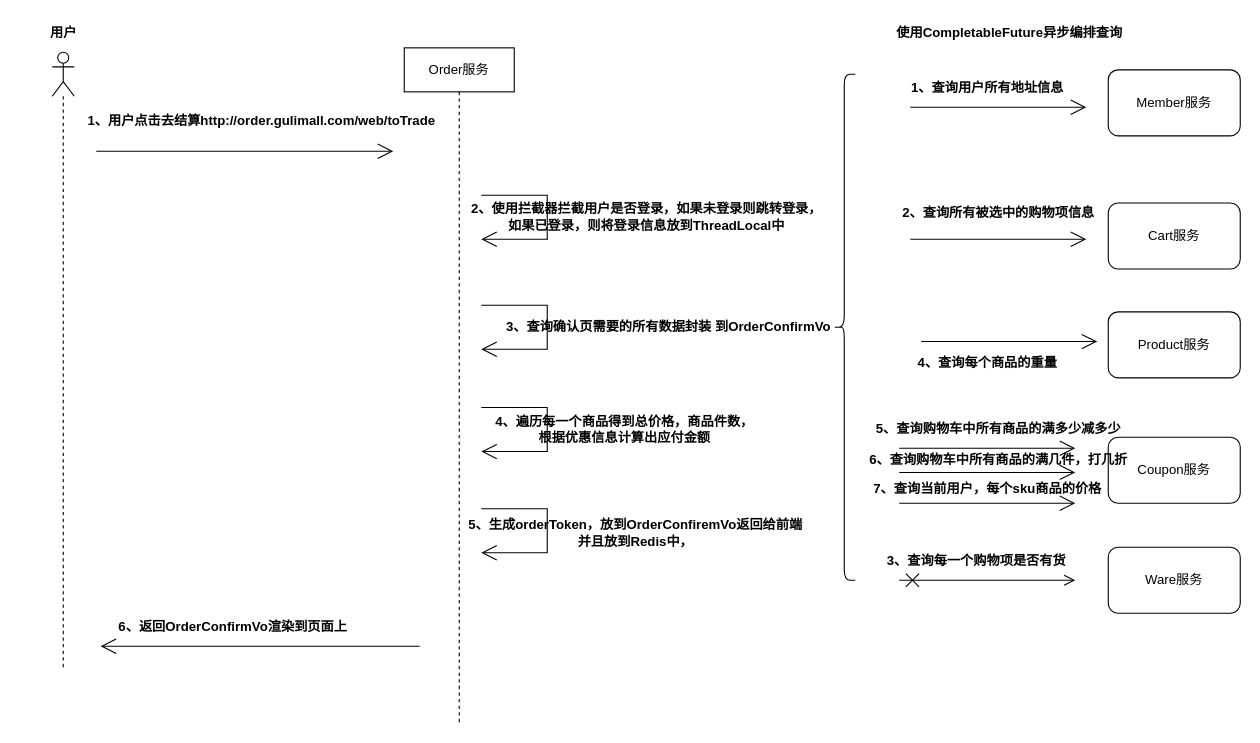
Earlier version of the draw.io diagram ShopBusiness/购物车下单流程.drawio (Chaimek/LearnPictures). Source tidied: cells renumbered, new cells numbered last; positions are measured from the earlier drawing's top-left corner, leaving out a move shared by most shapes. Both pictures are drawn from the tidied source at 110%, with x=0, y=0 at pixel (19, 19).
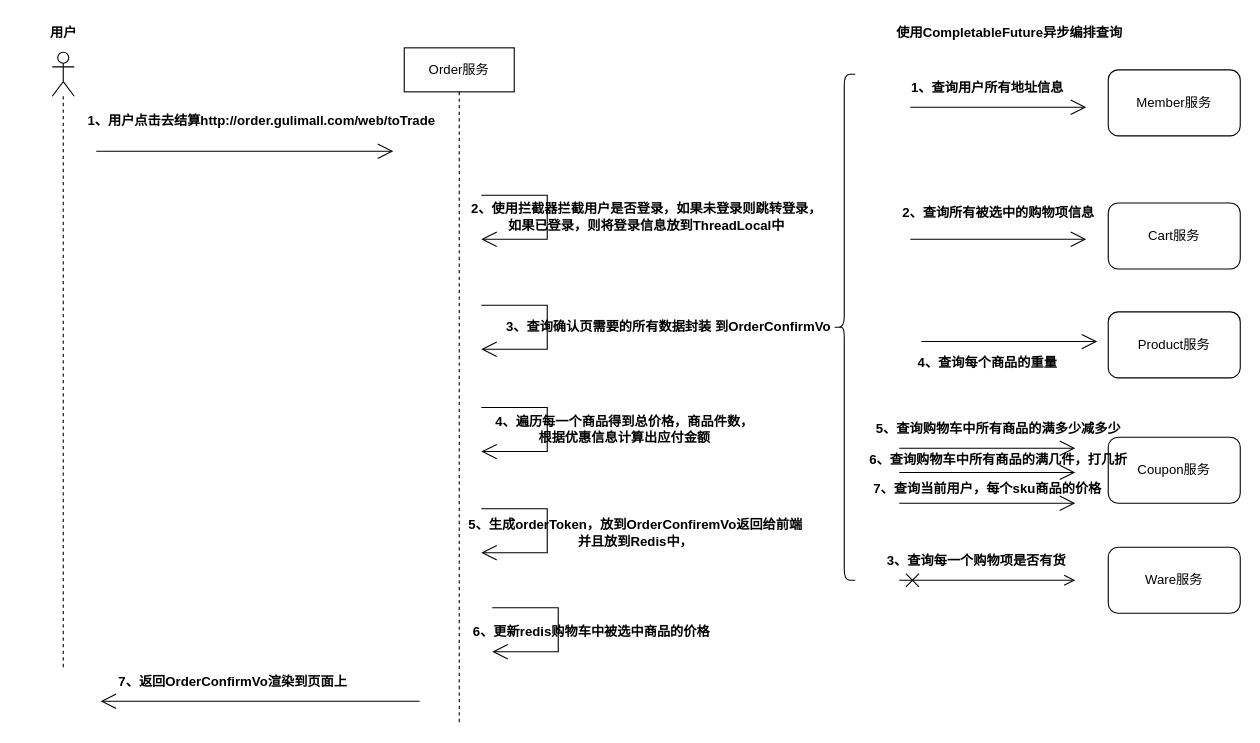
Above is the later version.

Commit message:
更新购物车下单流程.drawio

Diff of the diagram source:
```diff
@@
     <mxCell id="11" style="endArrow=open;endFill=1;endSize=12;html=1;rounded=0;" parent="1" edge="1">
       <mxGeometry relative="1" as="geometry">
-        <mxPoint x="364" y="570" as="sourcePoint" />
-        <mxPoint x="74" y="570" as="targetPoint" />
+        <mxPoint x="364" y="620" as="sourcePoint" />
+        <mxPoint x="74" y="620" as="targetPoint" />
       </mxGeometry>
     </mxCell>
-    <mxCell id="12" value="6、返回OrderConfirmVo渲染到页面上" style="text;align=center;fontStyle=1;verticalAlign=middle;spacingLeft=3;spacingRight=3;strokeColor=none;points=[[0,0.5],[1,0.5]];portConstraint=eastwest;html=1;" parent="1" vertex="1">
-      <mxGeometry x="154" y="540" width="80" height="26" as="geometry" />
+    <mxCell id="12" value="7、返回OrderConfirmVo渲染到页面上" style="text;align=center;fontStyle=1;verticalAlign=middle;spacingLeft=3;spacingRight=3;strokeColor=none;points=[[0,0.5],[1,0.5]];portConstraint=eastwest;html=1;" parent="1" vertex="1">
+      <mxGeometry x="154" y="590" width="80" height="26" as="geometry" />
     </mxCell>
@@
+    <mxCell id="39" style="endArrow=open;endFill=1;endSize=12;html=1;rounded=0;" parent="1" edge="1">
+      <mxGeometry relative="1" as="geometry">
+        <mxPoint x="430" y="535" as="sourcePoint" />
+        <mxPoint x="430" y="575" as="targetPoint" />
+        <Array as="points">
+          <mxPoint x="490" y="535" />
+          <mxPoint x="490" y="575" />
+        </Array>
+      </mxGeometry>
+    </mxCell>
+    <mxCell id="40" value="6、更新redis购物车中被选中商品的价格" style="text;align=center;fontStyle=1;verticalAlign=middle;spacingLeft=3;spacingRight=3;strokeColor=none;html=1;" parent="1" vertex="1">
+      <mxGeometry x="480" y="544" width="80" height="26" as="geometry" />
+    </mxCell>
```
